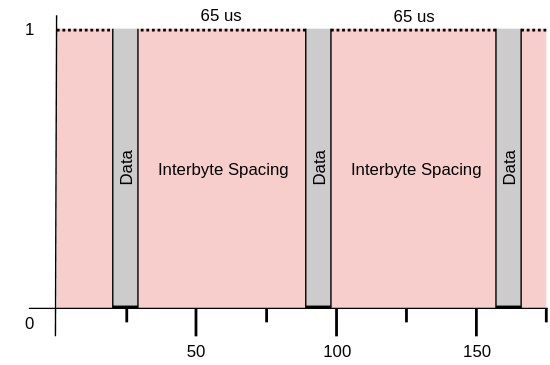
The draw.io diagram images/interbyte-spacing.svg in sabas1080/jacdac, before a commit. Source tidied: cells renumbered, new cells last; positions are measured from the earlier drawing's top-left corner, leaving out a move shared by most shapes.
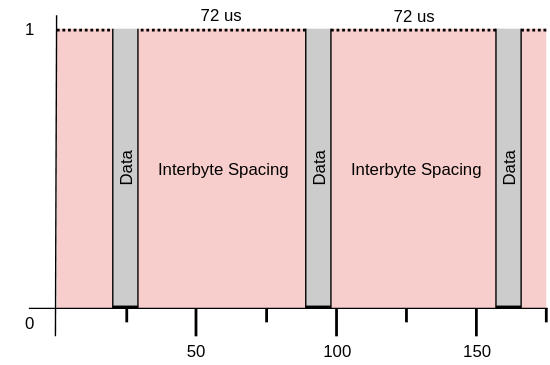
The same diagram one commit later.

Change to the diagram source:
```diff
@@ -154,10 +154,10 @@
     <mxCell id="36" style="line;strokeWidth=2;html=1;dashed=1;dashPattern=1 1;" parent="1" vertex="1">
       <mxGeometry x="40" y="16" width="40" height="10" as="geometry" />
     </mxCell>
-    <mxCell id="37" value="65 us" style="text;html=1;strokeColor=none;fillColor=none;align=center;verticalAlign=middle;whiteSpace=wrap;rounded=0;labelBackgroundColor=none;" parent="1" vertex="1">
+    <mxCell id="37" value="72 us" style="text;html=1;strokeColor=none;fillColor=none;align=center;verticalAlign=middle;whiteSpace=wrap;rounded=0;labelBackgroundColor=none;" parent="1" vertex="1">
       <mxGeometry x="138" width="40" height="20" as="geometry" />
     </mxCell>
-    <mxCell id="38" value="65 us" style="text;html=1;strokeColor=none;fillColor=none;align=center;verticalAlign=middle;whiteSpace=wrap;rounded=0;labelBackgroundColor=none;" parent="1" vertex="1">
+    <mxCell id="38" value="72 us" style="text;html=1;strokeColor=none;fillColor=none;align=center;verticalAlign=middle;whiteSpace=wrap;rounded=0;labelBackgroundColor=none;" parent="1" vertex="1">
       <mxGeometry x="276" y="1" width="40" height="20" as="geometry" />
     </mxCell>
   </root>
```
